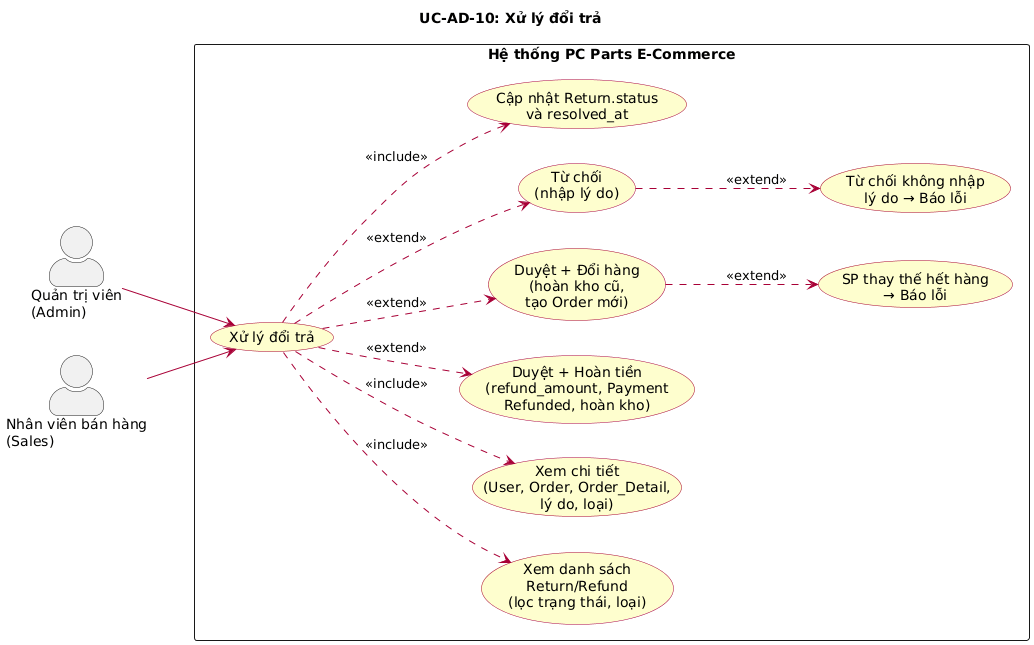
Before: docs/diagrams/images/uc_AD10_xu_ly_doi_tra.png, a diagram exported from PlantUML (huuhieu56/PC-Parts-ECommerce). Source of this version:
```plantuml
@startuml
left to right direction
skinparam actorStyle awesome
skinparam packageStyle rectangle
skinparam usecase {
  BackgroundColor #FEFECE
  BorderColor #A80036
  ArrowColor #A80036
}

title UC-AD-10: Xử lý đổi trả

actor "Quản trị viên\n(Admin)" as Admin
actor "Nhân viên bán hàng\n(Sales)" as Sales

rectangle "Hệ thống PC Parts E-Commerce" {
  usecase "Xử lý đổi trả" as UC_RET
  usecase "Xem danh sách\nReturn/Refund\n(lọc trạng thái, loại)" as UC_LIST
  usecase "Xem chi tiết\n(User, Order, Order_Detail,\nlý do, loại)" as UC_DETAIL
  usecase "Duyệt + Hoàn tiền\n(refund_amount, Payment\nRefunded, hoàn kho)" as UC_REFUND
  usecase "Duyệt + Đổi hàng\n(hoàn kho cũ,\ntạo Order mới)" as UC_EXCHANGE
  usecase "Từ chối\n(nhập lý do)" as UC_REJECT
  usecase "Cập nhật Return.status\nvà resolved_at" as UC_UPDATE
  usecase "Từ chối không nhập\nlý do → Báo lỗi" as UC_ERR_REASON
  usecase "SP thay thế hết hàng\n→ Báo lỗi" as UC_ERR_STOCK
}

Admin --> UC_RET
Sales --> UC_RET

UC_RET ..> UC_LIST : <<include>>
UC_RET ..> UC_DETAIL : <<include>>
UC_RET ..> UC_UPDATE : <<include>>
UC_RET ..> UC_REFUND : <<extend>>
UC_RET ..> UC_EXCHANGE : <<extend>>
UC_RET ..> UC_REJECT : <<extend>>
UC_REJECT ..> UC_ERR_REASON : <<extend>>
UC_EXCHANGE ..> UC_ERR_STOCK : <<extend>>
@enduml
```
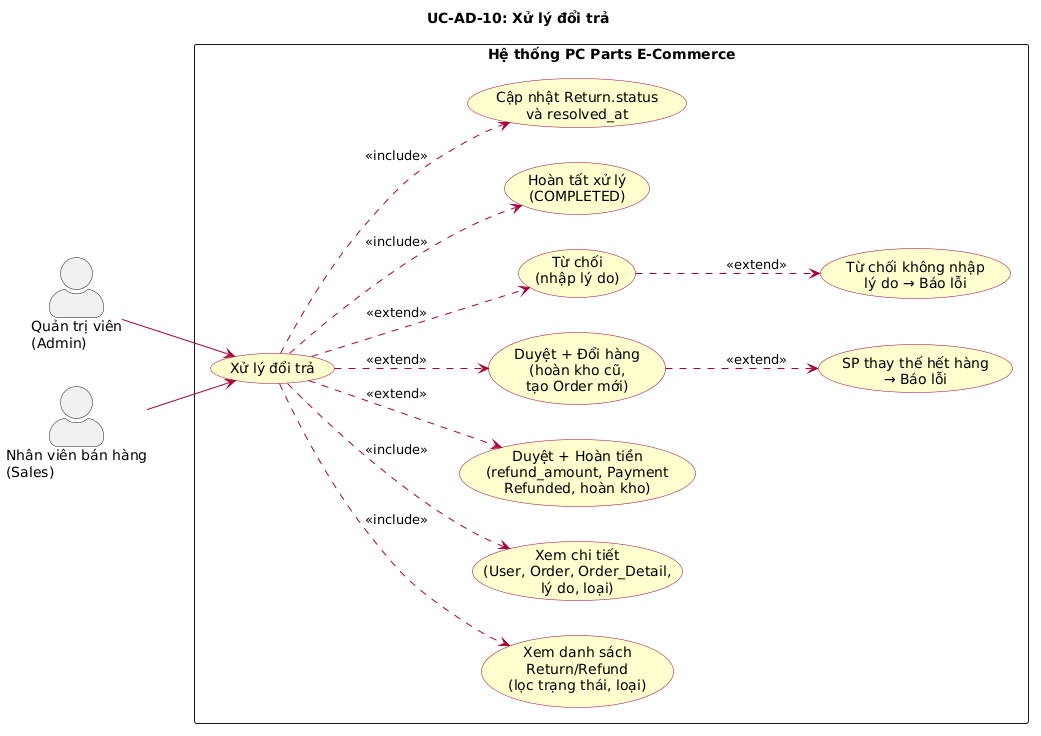
After the change.

Change to the diagram source:
```diff
@@ -20,6 +20,7 @@
   usecase "Duyệt + Hoàn tiền\n(refund_amount, Payment\nRefunded, hoàn kho)" as UC_REFUND
   usecase "Duyệt + Đổi hàng\n(hoàn kho cũ,\ntạo Order mới)" as UC_EXCHANGE
   usecase "Từ chối\n(nhập lý do)" as UC_REJECT
+  usecase "Hoàn tất xử lý\n(COMPLETED)" as UC_COMPLETE
   usecase "Cập nhật Return.status\nvà resolved_at" as UC_UPDATE
   usecase "Từ chối không nhập\nlý do → Báo lỗi" as UC_ERR_REASON
   usecase "SP thay thế hết hàng\n→ Báo lỗi" as UC_ERR_STOCK
@@ -34,6 +35,7 @@
 UC_RET ..> UC_REFUND : <<extend>>
 UC_RET ..> UC_EXCHANGE : <<extend>>
 UC_RET ..> UC_REJECT : <<extend>>
+UC_RET ..> UC_COMPLETE : <<include>>
 UC_REJECT ..> UC_ERR_REASON : <<extend>>
 UC_EXCHANGE ..> UC_ERR_STOCK : <<extend>>
 @enduml
```
